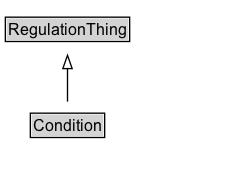
Above: docs/diagrams/Condition.dot.png in k-vaughn/ontology-its-regulation (Graphviz), before the change. Its source is kept beside it as docs/diagrams/Condition.dot. Its diagram source:
```dot
digraph {
	graph [overlap=false rankdir=TB splines=true]
	node [fontname=Arial fontsize=12 margin=0 shape=none]
	edge [fontname=Arial fontsize=11]
	{
		rank=max
		Condition [label=<<TABLE BORDER="1" CELLBORDER="0" CELLSPACING="0" CELLPADDING="1"><TR><TD BGCOLOR="lightgray" ALIGN="CENTER" PORT="e">Condition</TD></TR></TABLE>> URL="../Condition.md" margin=0]
	}
	subgraph cluster_associated {
		label="" style=invis
		Invis [label=<<TABLE BORDER="0" CELLBORDER="0" CELLSPACING="0" CELLPADDING="1"><TR><TD></TD></TR></TABLE>> margin=0 style=invis]
	}
	RegulationThing [label=<<TABLE BORDER="1" CELLBORDER="0" CELLSPACING="0" CELLPADDING="1"><TR><TD BGCOLOR="lightgray" ALIGN="CENTER">RegulationThing</TD></TR></TABLE>> URL="../RegulationThing.md" margin=0]
	Condition -> RegulationThing [arrowhead=onormal style=solid]
}
```
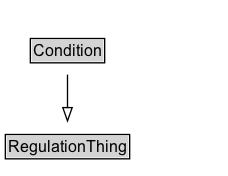
After the change.

The edit, as a diff of the source:
```diff
@@ -2,14 +2,14 @@
 	graph [overlap=false rankdir=TB splines=true]
 	node [fontname=Arial fontsize=12 margin=0 shape=none]
 	edge [fontname=Arial fontsize=11]
+	Condition [label=<<TABLE BORDER="1" CELLBORDER="0" CELLSPACING="0" CELLPADDING="1"><TR><TD BGCOLOR="lightgray" ALIGN="CENTER">Condition</TD></TR></TABLE>> URL="../Condition" margin=0]
 	{
 		rank=max
-		Condition [label=<<TABLE BORDER="1" CELLBORDER="0" CELLSPACING="0" CELLPADDING="1"><TR><TD BGCOLOR="lightgray" ALIGN="CENTER" PORT="e">Condition</TD></TR></TABLE>> URL="../Condition.md" margin=0]
 	}
 	subgraph cluster_associated {
 		label="" style=invis
 		Invis [label=<<TABLE BORDER="0" CELLBORDER="0" CELLSPACING="0" CELLPADDING="1"><TR><TD></TD></TR></TABLE>> margin=0 style=invis]
 	}
-	RegulationThing [label=<<TABLE BORDER="1" CELLBORDER="0" CELLSPACING="0" CELLPADDING="1"><TR><TD BGCOLOR="lightgray" ALIGN="CENTER">RegulationThing</TD></TR></TABLE>> URL="../RegulationThing.md" margin=0]
+	RegulationThing [label=<<TABLE BORDER="1" CELLBORDER="0" CELLSPACING="0" CELLPADDING="1"><TR><TD BGCOLOR="lightgray" ALIGN="CENTER">RegulationThing</TD></TR></TABLE>> URL="../RegulationThing" margin=0]
 	Condition -> RegulationThing [arrowhead=onormal style=solid]
 }
```
